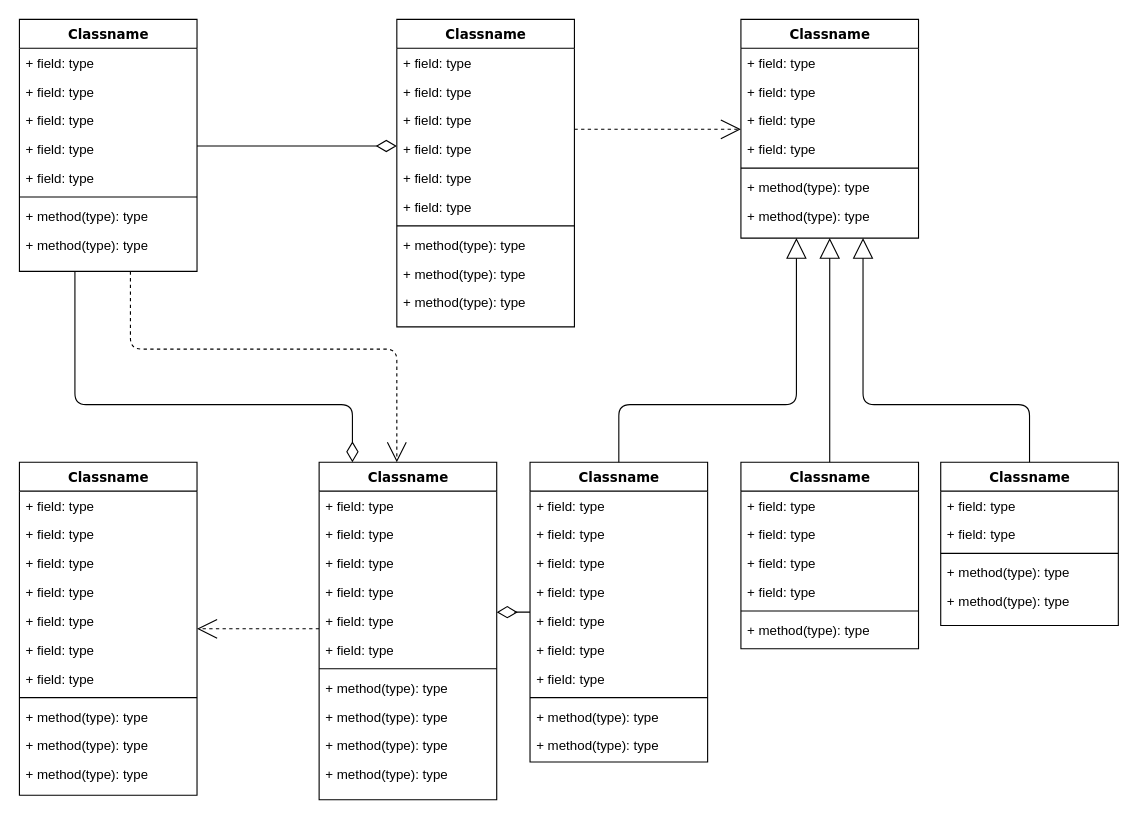
Earlier version of the draw.io diagram Walabi.drawio (Alver11/Alver11). Source tidied: cells renumbered, new cells numbered last; positions are measured from the earlier drawing's top-left corner, leaving out a move shared by most shapes. Both pictures are drawn from the tidied source at 111%, with x=0, y=0 at pixel (19, 19).
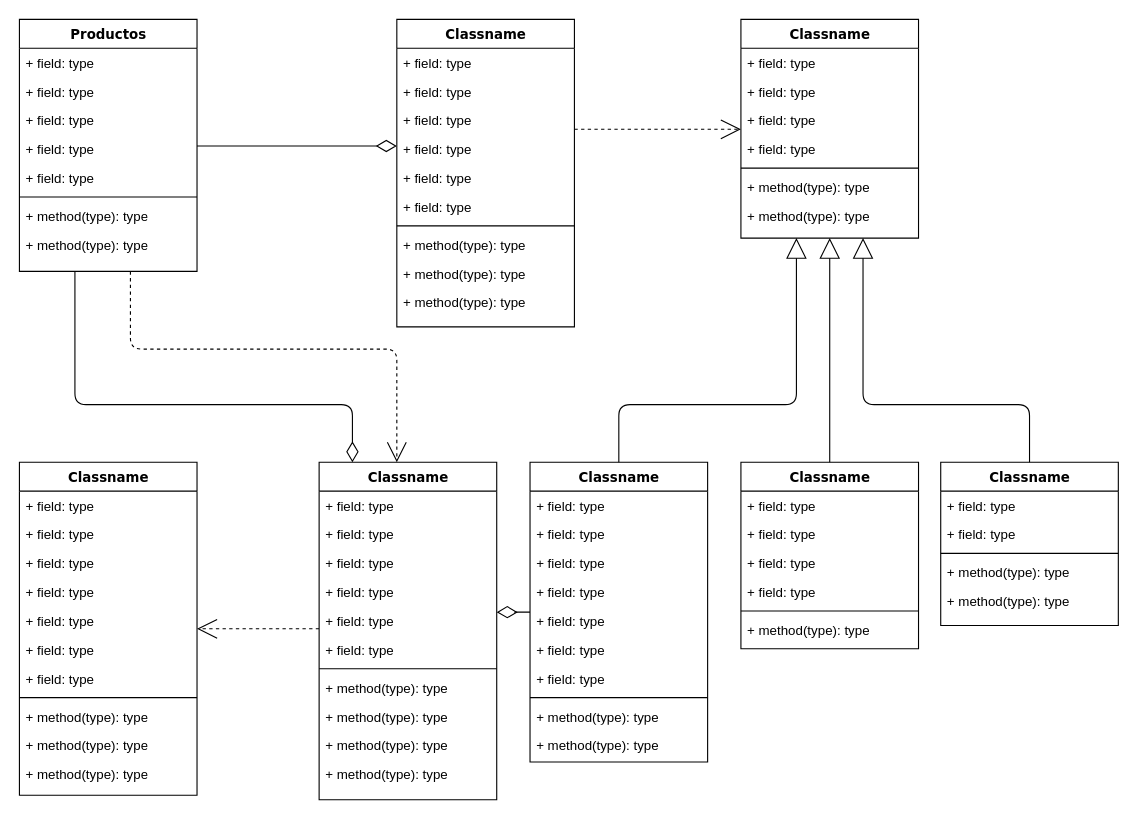
After the change.

Change to the diagram source:
```diff
@@
-    <mxCell id="4" value="Classname" style="swimlane;html=1;fontStyle=1;align=center;verticalAlign=top;horizontal=1;startSize=26;swimlaneFillColor=#ffffff;rounded=0;shadow=0;comic=0;labelBackgroundColor=none;strokeWidth=1;fillColor=none;fontFamily=Verdana;fontSize=12;" parent="1" vertex="1">
+    <mxCell id="4" value="Productos" style="swimlane;html=1;fontStyle=1;align=center;verticalAlign=top;horizontal=1;startSize=26;swimlaneFillColor=#ffffff;rounded=0;shadow=0;comic=0;labelBackgroundColor=none;strokeWidth=1;fillColor=none;fontFamily=Verdana;fontSize=12;" parent="1" vertex="1">
       <mxGeometry width="160" height="227" as="geometry" />
     </mxCell>
```
